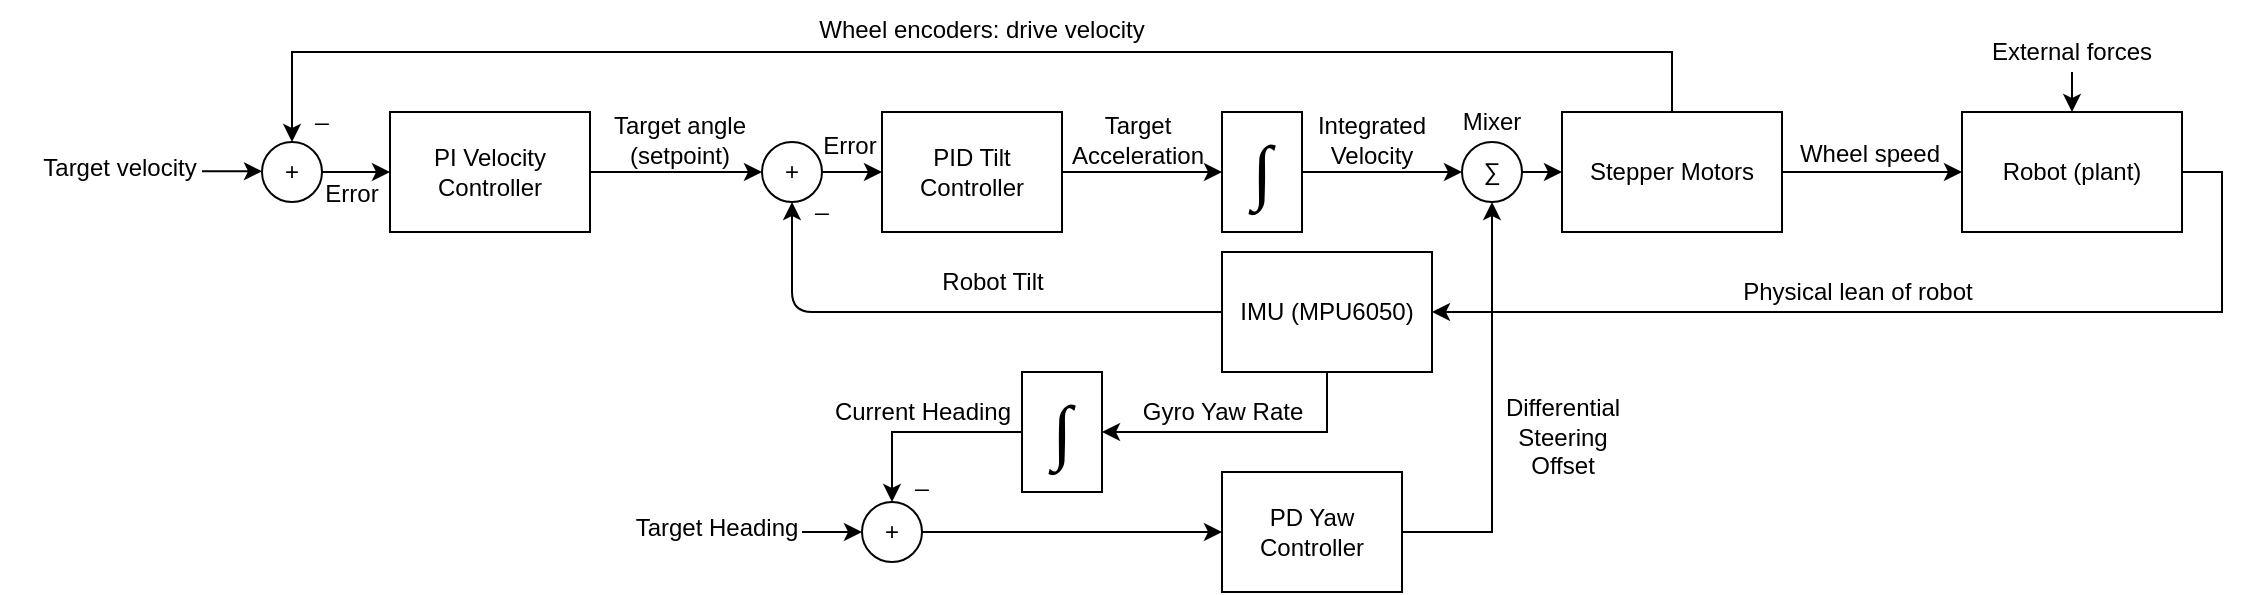
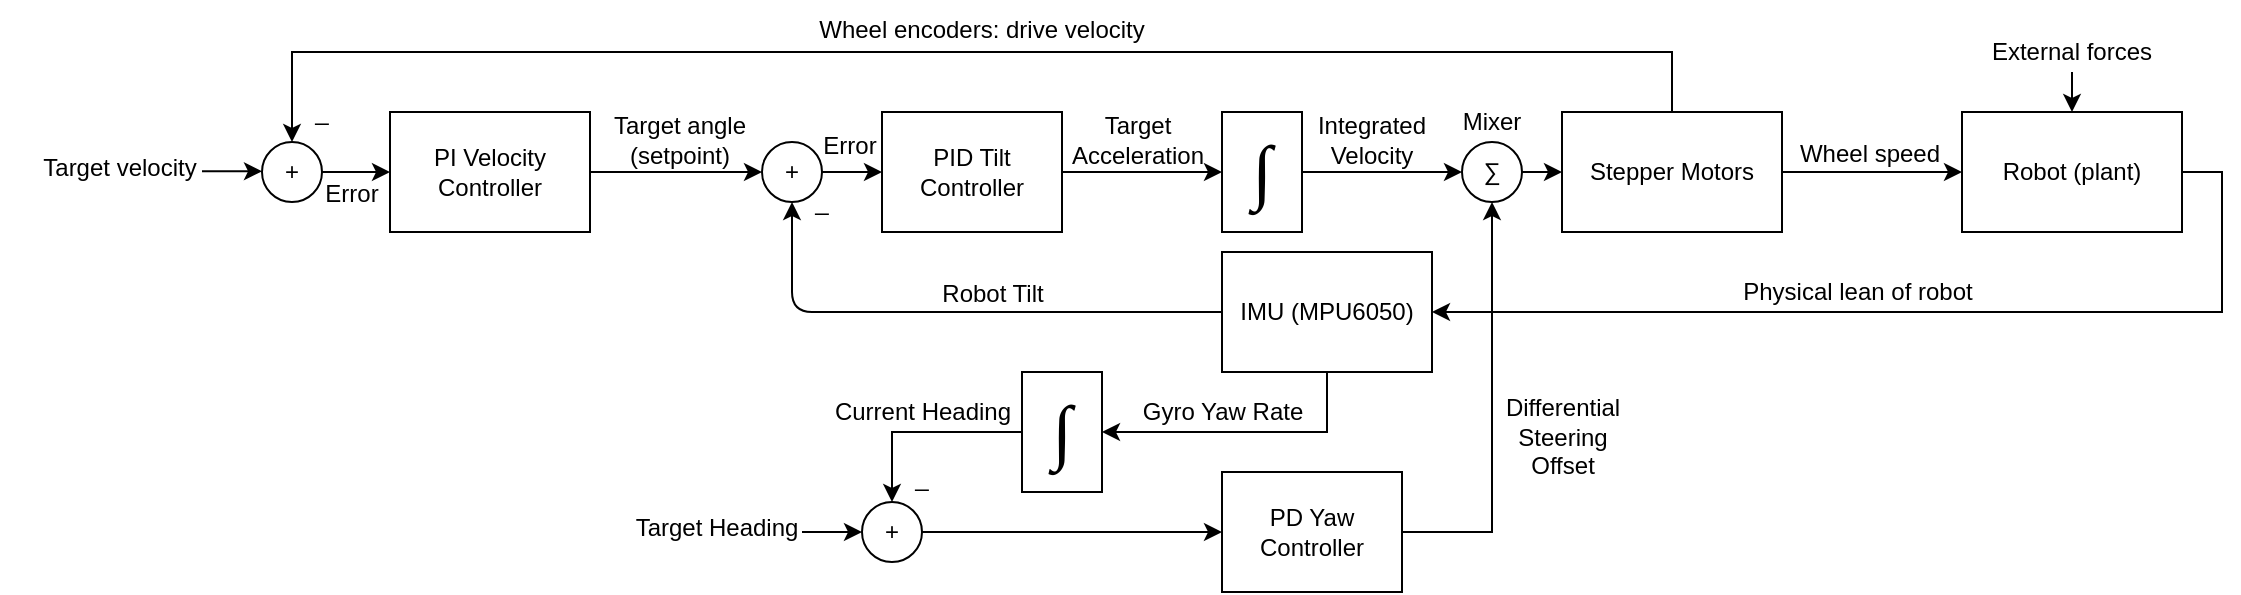
- <mxfile host="app.diagrams.net" agent="Mozilla/5.0 (Windows NT 10.0; Win64; x64; rv:148.0) Gecko/20100101 Firefox/148.0" pages="2">
-   <diagram name="Page-1" id="RnhZagTVsBOPnSw0OJXw">
-     <mxGraphModel dx="1209" dy="509" grid="1" gridSize="10" guides="1" tooltips="1" connect="1" arrows="0" fold="1" page="1" pageScale="1" pageWidth="827" pageHeight="1169" math="0" shadow="0">
+ <mxfile host="app.diagrams.net" pages="2">
+   <diagram name="Page-1" id="xJXjz_3BUpoHP2T0fPBL">
+     <mxGraphModel dx="1414" dy="758" grid="1" gridSize="10" guides="1" tooltips="1" connect="1" arrows="0" fold="1" page="1" pageScale="1" pageWidth="827" pageHeight="1169" math="0" shadow="0">
      <root>
        <mxCell id="0" />
        <mxCell id="1" parent="0" />
        <mxCell id="J0_O9yzkp8hSlDCnPXpv-6" parent="1" style="ellipse;whiteSpace=wrap;html=1;aspect=fixed;fontFamily=Helvetica;" value="+" vertex="1">
          <mxGeometry height="30" width="30" x="600" y="175" as="geometry" />
        </mxCell>
        <mxCell id="J0_O9yzkp8hSlDCnPXpv-8" parent="1" style="text;html=1;align=center;verticalAlign=middle;resizable=0;points=[];autosize=1;strokeColor=none;fillColor=none;fontFamily=Helvetica;" value="&lt;div&gt;Robot Tilt&lt;/div&gt;" vertex="1">
-           <mxGeometry height="30" width="70" x="680" y="230" as="geometry" />
+           <mxGeometry height="30" width="70" x="680" y="236" as="geometry" />
        </mxCell>
        <mxCell id="nPMMiLa-lfS4xZnfyson-23" edge="1" parent="1" source="J0_O9yzkp8hSlDCnPXpv-9" style="edgeStyle=orthogonalEdgeStyle;rounded=0;orthogonalLoop=1;jettySize=auto;html=1;exitX=1;exitY=0.5;exitDx=0;exitDy=0;entryX=0;entryY=0.5;entryDx=0;entryDy=0;" target="nPMMiLa-lfS4xZnfyson-22">
          <mxGeometry relative="1" as="geometry" />
        </mxCell>
        <mxCell id="J0_O9yzkp8hSlDCnPXpv-9" parent="1" style="rounded=0;whiteSpace=wrap;html=1;fontFamily=Helvetica;" value="PID Tilt Controller" vertex="1">
          <mxGeometry height="60" width="90" x="660" y="160" as="geometry" />
        </mxCell>
        <mxCell id="J0_O9yzkp8hSlDCnPXpv-10" edge="1" parent="1" source="J0_O9yzkp8hSlDCnPXpv-6" style="endArrow=classic;html=1;exitX=1;exitY=0.5;exitDx=0;exitDy=0;entryX=0;entryY=0.5;entryDx=0;entryDy=0;fontFamily=Helvetica;" target="J0_O9yzkp8hSlDCnPXpv-9" value="">
          <mxGeometry height="50" relative="1" width="50" as="geometry">
            <mxPoint x="630" y="190" as="sourcePoint" />
            <mxPoint x="660" y="190" as="targetPoint" />
          </mxGeometry>
        </mxCell>
        <mxCell id="nPMMiLa-lfS4xZnfyson-36" edge="1" parent="1" source="J0_O9yzkp8hSlDCnPXpv-11" style="edgeStyle=orthogonalEdgeStyle;rounded=0;orthogonalLoop=1;jettySize=auto;html=1;exitX=1;exitY=0.5;exitDx=0;exitDy=0;entryX=0;entryY=0.5;entryDx=0;entryDy=0;" target="nPMMiLa-lfS4xZnfyson-35">
          <mxGeometry relative="1" as="geometry" />
        </mxCell>
        <mxCell id="gG4CTdE83a0L7weyjhnx-2" edge="1" parent="1" source="J0_O9yzkp8hSlDCnPXpv-11" style="edgeStyle=orthogonalEdgeStyle;rounded=0;orthogonalLoop=1;jettySize=auto;html=1;exitX=0.5;exitY=0;exitDx=0;exitDy=0;entryX=0.25;entryY=1;entryDx=0;entryDy=0;" target="nPMMiLa-lfS4xZnfyson-30">
          <mxGeometry relative="1" as="geometry">
            <Array as="points">
              <mxPoint x="1055" y="130" />
              <mxPoint x="365" y="130" />
            </Array>
            <mxPoint x="480" y="120" as="targetPoint" />
          </mxGeometry>
        </mxCell>
        <mxCell id="J0_O9yzkp8hSlDCnPXpv-11" parent="1" style="rounded=0;whiteSpace=wrap;html=1;fontFamily=Helvetica;" value="Stepper Motors" vertex="1">
          <mxGeometry height="60" width="110" x="1000" y="160" as="geometry" />
        </mxCell>
        <mxCell id="J0_O9yzkp8hSlDCnPXpv-15" edge="1" parent="1" source="nPMMiLa-lfS4xZnfyson-2" style="endArrow=classic;html=1;entryX=0.5;entryY=1;entryDx=0;entryDy=0;fontFamily=Helvetica;" target="J0_O9yzkp8hSlDCnPXpv-6" value="">
          <mxGeometry height="50" relative="1" width="50" as="geometry">
            <Array as="points">
              <mxPoint x="615" y="260" />
              <mxPoint x="615" y="240" />
            </Array>
            <mxPoint x="1010" y="280" as="sourcePoint" />
            <mxPoint x="425" y="205" as="targetPoint" />
          </mxGeometry>
        </mxCell>
        <mxCell id="J0_O9yzkp8hSlDCnPXpv-24" parent="1" style="text;html=1;whiteSpace=wrap;strokeColor=none;fillColor=none;align=center;verticalAlign=middle;rounded=0;fontFamily=Helvetica;" value="_" vertex="1">
          <mxGeometry height="30" width="60" x="600" y="190" as="geometry" />
        </mxCell>
        <mxCell id="J0_O9yzkp8hSlDCnPXpv-25" parent="1" style="text;html=1;whiteSpace=wrap;strokeColor=none;fillColor=none;align=center;verticalAlign=middle;rounded=0;fontFamily=Helvetica;" value="Target Acceleration" vertex="1">
          <mxGeometry height="30" width="90" x="743" y="159" as="geometry" />
        </mxCell>
        <mxCell id="nPMMiLa-lfS4xZnfyson-1" parent="1" style="text;html=1;whiteSpace=wrap;strokeColor=none;fillColor=none;align=center;verticalAlign=middle;rounded=0;fontFamily=Helvetica;" value="&lt;font&gt;Error&lt;/font&gt;" vertex="1">
          <mxGeometry height="30" width="60" x="614" y="162" as="geometry" />
        </mxCell>
        <mxCell id="gG4CTdE83a0L7weyjhnx-10" edge="1" parent="1" source="nPMMiLa-lfS4xZnfyson-2" style="edgeStyle=orthogonalEdgeStyle;rounded=0;orthogonalLoop=1;jettySize=auto;html=1;exitX=0.5;exitY=1;exitDx=0;exitDy=0;entryX=1;entryY=0.5;entryDx=0;entryDy=0;" target="gG4CTdE83a0L7weyjhnx-9">
          <mxGeometry relative="1" as="geometry" />
        </mxCell>
        <mxCell id="nPMMiLa-lfS4xZnfyson-2" parent="1" style="rounded=0;whiteSpace=wrap;html=1;" value="IMU (MPU6050)" vertex="1">
          <mxGeometry height="60" width="105" x="830" y="230" as="geometry" />
        </mxCell>
        <mxCell id="nPMMiLa-lfS4xZnfyson-7" parent="1" style="text;html=1;whiteSpace=wrap;strokeColor=none;fillColor=none;align=center;verticalAlign=middle;rounded=0;fontFamily=Helvetica;" value="Target angle (setpoint)" vertex="1">
          <mxGeometry height="30" width="120" x="499" y="159" as="geometry" />
        </mxCell>
        <mxCell id="nPMMiLa-lfS4xZnfyson-28" edge="1" parent="1" source="nPMMiLa-lfS4xZnfyson-9" style="edgeStyle=orthogonalEdgeStyle;rounded=0;orthogonalLoop=1;jettySize=auto;html=1;exitX=1;exitY=0.5;exitDx=0;exitDy=0;entryX=0;entryY=0;entryDx=0;entryDy=0;" target="J0_O9yzkp8hSlDCnPXpv-24">
          <mxGeometry relative="1" as="geometry">
            <Array as="points">
              <mxPoint x="560" y="190" />
              <mxPoint x="560" y="190" />
            </Array>
          </mxGeometry>
        </mxCell>
        <mxCell id="nPMMiLa-lfS4xZnfyson-9" parent="1" style="rounded=0;whiteSpace=wrap;html=1;fontFamily=Helvetica;" value="PI Velocity Controller" vertex="1">
          <mxGeometry height="60" width="100" x="414" y="160" as="geometry" />
        </mxCell>
        <mxCell id="nPMMiLa-lfS4xZnfyson-13" parent="1" style="text;html=1;whiteSpace=wrap;strokeColor=none;fillColor=none;align=center;verticalAlign=middle;rounded=0;fontFamily=Helvetica;" value="Target velocity" vertex="1">
          <mxGeometry height="30" width="120" x="219" y="173" as="geometry" />
        </mxCell>
        <mxCell id="nPMMiLa-lfS4xZnfyson-41" edge="1" parent="1" source="nPMMiLa-lfS4xZnfyson-14" style="edgeStyle=orthogonalEdgeStyle;rounded=0;orthogonalLoop=1;jettySize=auto;html=1;exitX=1;exitY=0.5;exitDx=0;exitDy=0;entryX=0;entryY=0.5;entryDx=0;entryDy=0;" target="nPMMiLa-lfS4xZnfyson-9">
          <mxGeometry relative="1" as="geometry" />
        </mxCell>
        <mxCell id="nPMMiLa-lfS4xZnfyson-14" parent="1" style="ellipse;whiteSpace=wrap;html=1;aspect=fixed;fontFamily=Helvetica;" value="+" vertex="1">
          <mxGeometry height="30" width="30" x="350" y="175" as="geometry" />
        </mxCell>
        <mxCell id="nPMMiLa-lfS4xZnfyson-17" parent="1" style="text;html=1;whiteSpace=wrap;strokeColor=none;fillColor=none;align=center;verticalAlign=middle;rounded=0;fontFamily=Helvetica;" value="&lt;font&gt;Error&lt;/font&gt;" vertex="1">
          <mxGeometry height="30" width="60" x="365" y="186" as="geometry" />
        </mxCell>
        <mxCell id="nPMMiLa-lfS4xZnfyson-18" edge="1" parent="1" style="endArrow=classic;html=1;rounded=0;" value="">
          <mxGeometry height="50" relative="1" width="50" as="geometry">
            <mxPoint x="320" y="189.66000000000003" as="sourcePoint" />
            <mxPoint x="350" y="189.66000000000003" as="targetPoint" />
          </mxGeometry>
        </mxCell>
        <mxCell id="nPMMiLa-lfS4xZnfyson-20" parent="1" style="text;html=1;whiteSpace=wrap;strokeColor=none;fillColor=none;align=center;verticalAlign=middle;rounded=0;fontFamily=Helvetica;" value="Wheel encoders: drive velocity" vertex="1">
          <mxGeometry height="30" width="200" x="610" y="104" as="geometry" />
        </mxCell>
        <mxCell id="gG4CTdE83a0L7weyjhnx-5" edge="1" parent="1" source="nPMMiLa-lfS4xZnfyson-22" style="edgeStyle=orthogonalEdgeStyle;rounded=0;orthogonalLoop=1;jettySize=auto;html=1;exitX=1;exitY=0.5;exitDx=0;exitDy=0;" target="gG4CTdE83a0L7weyjhnx-4">
          <mxGeometry relative="1" as="geometry" />
        </mxCell>
        <mxCell id="nPMMiLa-lfS4xZnfyson-22" parent="1" style="rounded=0;whiteSpace=wrap;html=1;fontFamily=Helvetica;" value="&lt;font style=&quot;font-size: 36px;&quot; face=&quot;Lucida Console&quot;&gt;∫&lt;/font&gt;" vertex="1">
          <mxGeometry height="60" width="40" x="830" y="160" as="geometry" />
        </mxCell>
        <mxCell id="nPMMiLa-lfS4xZnfyson-25" parent="1" style="text;html=1;whiteSpace=wrap;strokeColor=none;fillColor=none;align=center;verticalAlign=middle;rounded=0;fontFamily=Helvetica;" value="Integrated Velocity" vertex="1">
          <mxGeometry height="30" width="90" x="860" y="159" as="geometry" />
        </mxCell>
        <mxCell id="nPMMiLa-lfS4xZnfyson-30" parent="1" style="text;html=1;whiteSpace=wrap;strokeColor=none;fillColor=none;align=center;verticalAlign=middle;rounded=0;fontFamily=Helvetica;" value="_" vertex="1">
          <mxGeometry height="30" width="60" x="350" y="145" as="geometry" />
        </mxCell>
        <mxCell id="nPMMiLa-lfS4xZnfyson-40" edge="1" parent="1" source="nPMMiLa-lfS4xZnfyson-35" style="edgeStyle=orthogonalEdgeStyle;rounded=0;orthogonalLoop=1;jettySize=auto;html=1;exitX=1;exitY=0.5;exitDx=0;exitDy=0;entryX=1;entryY=0.5;entryDx=0;entryDy=0;" target="nPMMiLa-lfS4xZnfyson-2">
          <mxGeometry relative="1" as="geometry" />
        </mxCell>
        <mxCell id="nPMMiLa-lfS4xZnfyson-35" parent="1" style="rounded=0;whiteSpace=wrap;html=1;fontFamily=Helvetica;" value="Robot (plant)" vertex="1">
          <mxGeometry height="60" width="110" x="1200" y="160" as="geometry" />
        </mxCell>
        <mxCell id="nPMMiLa-lfS4xZnfyson-37" parent="1" style="text;html=1;whiteSpace=wrap;strokeColor=none;fillColor=none;align=center;verticalAlign=middle;rounded=0;fontFamily=Helvetica;" value="Wheel speed" vertex="1">
          <mxGeometry height="30" width="90" x="1109" y="166" as="geometry" />
        </mxCell>
        <mxCell id="nPMMiLa-lfS4xZnfyson-38" edge="1" parent="1" style="endArrow=classic;html=1;rounded=0;entryX=0.5;entryY=0;entryDx=0;entryDy=0;" target="nPMMiLa-lfS4xZnfyson-35" value="">
          <mxGeometry height="50" relative="1" width="50" as="geometry">
            <mxPoint x="1255" y="140" as="sourcePoint" />
            <mxPoint x="1320" y="60" as="targetPoint" />
          </mxGeometry>
        </mxCell>
        <mxCell id="nPMMiLa-lfS4xZnfyson-39" parent="1" style="text;html=1;whiteSpace=wrap;strokeColor=none;fillColor=none;align=center;verticalAlign=middle;rounded=0;fontFamily=Helvetica;" value="External forces" vertex="1">
          <mxGeometry height="30" width="90" x="1210" y="115" as="geometry" />
        </mxCell>
        <mxCell id="nPMMiLa-lfS4xZnfyson-42" parent="1" style="text;html=1;whiteSpace=wrap;strokeColor=none;fillColor=none;align=center;verticalAlign=middle;rounded=0;fontFamily=Helvetica;" value="Physical lean of robot" vertex="1">
          <mxGeometry height="30" width="150" x="1073" y="235" as="geometry" />
        </mxCell>
        <mxCell id="gG4CTdE83a0L7weyjhnx-6" edge="1" parent="1" source="gG4CTdE83a0L7weyjhnx-4" style="edgeStyle=orthogonalEdgeStyle;rounded=0;orthogonalLoop=1;jettySize=auto;html=1;exitX=1;exitY=0.5;exitDx=0;exitDy=0;entryX=0;entryY=0.5;entryDx=0;entryDy=0;" target="J0_O9yzkp8hSlDCnPXpv-11">
          <mxGeometry relative="1" as="geometry" />
        </mxCell>
        <mxCell id="gG4CTdE83a0L7weyjhnx-4" parent="1" style="ellipse;whiteSpace=wrap;html=1;aspect=fixed;fontFamily=Helvetica;" value="∑" vertex="1">
          <mxGeometry height="30" width="30" x="950" y="175" as="geometry" />
        </mxCell>
        <mxCell id="gG4CTdE83a0L7weyjhnx-18" edge="1" parent="1" source="gG4CTdE83a0L7weyjhnx-8" style="edgeStyle=orthogonalEdgeStyle;rounded=0;orthogonalLoop=1;jettySize=auto;html=1;exitX=1;exitY=0.5;exitDx=0;exitDy=0;entryX=0;entryY=0.5;entryDx=0;entryDy=0;" target="gG4CTdE83a0L7weyjhnx-17">
          <mxGeometry relative="1" as="geometry" />
        </mxCell>
        <mxCell id="gG4CTdE83a0L7weyjhnx-8" parent="1" style="ellipse;whiteSpace=wrap;html=1;aspect=fixed;fontFamily=Helvetica;" value="+" vertex="1">
          <mxGeometry height="30" width="30" x="650" y="355" as="geometry" />
        </mxCell>
        <mxCell id="gG4CTdE83a0L7weyjhnx-12" edge="1" parent="1" source="gG4CTdE83a0L7weyjhnx-9" style="edgeStyle=orthogonalEdgeStyle;rounded=0;orthogonalLoop=1;jettySize=auto;html=1;exitX=0;exitY=0.5;exitDx=0;exitDy=0;entryX=0.5;entryY=0;entryDx=0;entryDy=0;" target="gG4CTdE83a0L7weyjhnx-8">
          <mxGeometry relative="1" as="geometry" />
        </mxCell>
        <mxCell id="gG4CTdE83a0L7weyjhnx-9" parent="1" style="rounded=0;whiteSpace=wrap;html=1;fontFamily=Helvetica;" value="&lt;font style=&quot;font-size: 36px;&quot; face=&quot;Lucida Console&quot;&gt;∫&lt;/font&gt;" vertex="1">
          <mxGeometry height="60" width="40" x="730" y="290" as="geometry" />
        </mxCell>
        <mxCell id="gG4CTdE83a0L7weyjhnx-11" parent="1" style="text;html=1;align=center;verticalAlign=middle;resizable=0;points=[];autosize=1;strokeColor=none;fillColor=none;fontFamily=Helvetica;" value="Gyro Yaw Rate" vertex="1">
          <mxGeometry height="30" width="100" x="780" y="295" as="geometry" />
        </mxCell>
        <mxCell id="gG4CTdE83a0L7weyjhnx-13" parent="1" style="text;html=1;align=center;verticalAlign=middle;resizable=0;points=[];autosize=1;strokeColor=none;fillColor=none;fontFamily=Helvetica;" value="Current Heading" vertex="1">
          <mxGeometry height="30" width="110" x="625" y="295" as="geometry" />
        </mxCell>
        <mxCell id="gG4CTdE83a0L7weyjhnx-14" parent="1" style="text;html=1;whiteSpace=wrap;strokeColor=none;fillColor=none;align=center;verticalAlign=middle;rounded=0;fontFamily=Helvetica;" value="_" vertex="1">
          <mxGeometry height="15" width="20" x="670" y="335" as="geometry" />
        </mxCell>
        <mxCell id="gG4CTdE83a0L7weyjhnx-15" parent="1" style="text;html=1;align=center;verticalAlign=middle;resizable=0;points=[];autosize=1;strokeColor=none;fillColor=none;fontFamily=Helvetica;" value="Target Heading" vertex="1">
          <mxGeometry height="30" width="100" x="527" y="353" as="geometry" />
        </mxCell>
        <mxCell id="gG4CTdE83a0L7weyjhnx-16" edge="1" parent="1" style="endArrow=classic;html=1;rounded=0;" value="">
          <mxGeometry height="50" relative="1" width="50" as="geometry">
            <mxPoint x="620" y="370" as="sourcePoint" />
            <mxPoint x="650" y="370" as="targetPoint" />
          </mxGeometry>
        </mxCell>
        <mxCell id="gG4CTdE83a0L7weyjhnx-19" edge="1" parent="1" source="gG4CTdE83a0L7weyjhnx-17" style="edgeStyle=orthogonalEdgeStyle;rounded=0;orthogonalLoop=1;jettySize=auto;html=1;exitX=1;exitY=0.5;exitDx=0;exitDy=0;entryX=0.5;entryY=1;entryDx=0;entryDy=0;" target="gG4CTdE83a0L7weyjhnx-4">
          <mxGeometry relative="1" as="geometry" />
        </mxCell>
        <mxCell id="gG4CTdE83a0L7weyjhnx-17" parent="1" style="rounded=0;whiteSpace=wrap;html=1;fontFamily=Helvetica;" value="PD Yaw Controller" vertex="1">
          <mxGeometry height="60" width="90" x="830" y="340" as="geometry" />
        </mxCell>
        <mxCell id="gG4CTdE83a0L7weyjhnx-21" parent="1" style="text;html=1;align=center;verticalAlign=middle;resizable=0;points=[];autosize=1;strokeColor=none;fillColor=none;fontFamily=Helvetica;" value="&lt;div&gt;&lt;br&gt;Differential&lt;/div&gt;&lt;div&gt;Steering&lt;/div&gt;&lt;div&gt;Offset&lt;/div&gt;" vertex="1">
          <mxGeometry height="70" width="80" x="960" y="280" as="geometry" />
        </mxCell>
        <mxCell id="gG4CTdE83a0L7weyjhnx-22" parent="1" style="text;html=1;whiteSpace=wrap;strokeColor=none;fillColor=none;align=center;verticalAlign=middle;rounded=0;fontFamily=Helvetica;" value="Mixer" vertex="1">
          <mxGeometry height="30" width="90" x="920" y="150" as="geometry" />
        </mxCell>
      </root>
    </mxGraphModel>
  </diagram>
-   <diagram id="zbB9WMrgFaRqofTy0rDw" name="Page-2">
-     <mxGraphModel dx="1500" dy="568" grid="1" gridSize="10" guides="1" tooltips="1" connect="1" arrows="1" fold="1" page="1" pageScale="1" pageWidth="827" pageHeight="1169" math="0" shadow="0">
+   <diagram name="Page-2" id="LfwZcAEPQYuPNqtjcGFx">
+     <mxGraphModel grid="1" page="1" gridSize="10" guides="1" tooltips="1" connect="1" arrows="1" fold="1" pageScale="1" pageWidth="827" pageHeight="1169" math="0" shadow="0">
      <root>
        <mxCell id="0" />
        <mxCell id="1" parent="0" />
      </root>
    </mxGraphModel>
  </diagram>
</mxfile>
